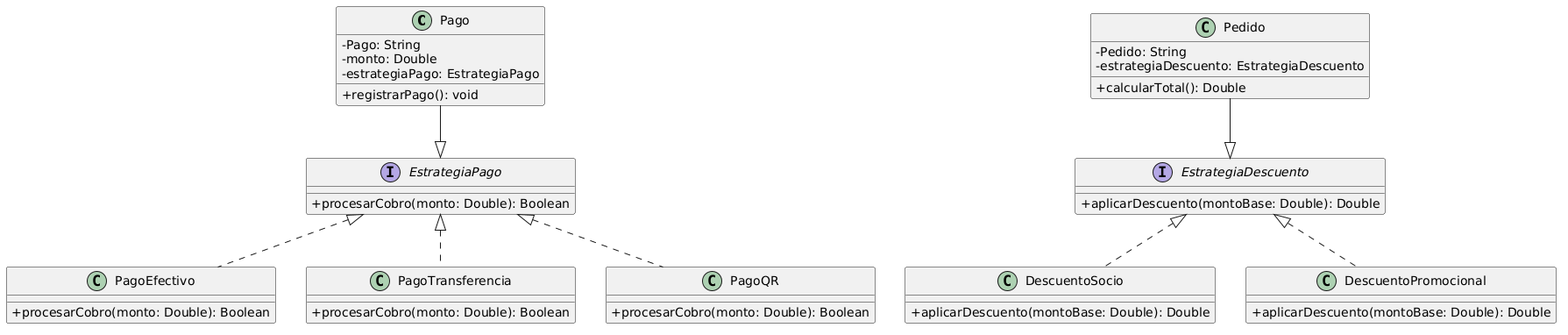
The PlantUML diagram diagramas/01-diagrama-clases/01-solid-02-ocp.png in eloeyhe/SistemaPedidos, before a commit. Its diagram source:
```plantuml
@startuml
skinparam classAttributeIconSize 0

class Pago {
    - Pago: String
    - monto: Double
    - estrategiaPago: EstrategiaPago
    + registrarPago(): void
}

interface EstrategiaPago {
    + procesarCobro(monto: Double): Boolean
}

class PagoEfectivo implements EstrategiaPago {
    + procesarCobro(monto: Double): Boolean
}

class PagoTransferencia implements EstrategiaPago {
    + procesarCobro(monto: Double): Boolean
}

class PagoQR implements EstrategiaPago {
    + procesarCobro(monto: Double): Boolean
}

Pago --|> EstrategiaPago

class Pedido {
    - Pedido: String
    - estrategiaDescuento: EstrategiaDescuento
    + calcularTotal(): Double
}

interface EstrategiaDescuento {
    + aplicarDescuento(montoBase: Double): Double
}

class DescuentoSocio implements EstrategiaDescuento {
    + aplicarDescuento(montoBase: Double): Double
}

class DescuentoPromocional implements EstrategiaDescuento {
    + aplicarDescuento(montoBase: Double): Double
}

Pedido --|> EstrategiaDescuento
@enduml
```
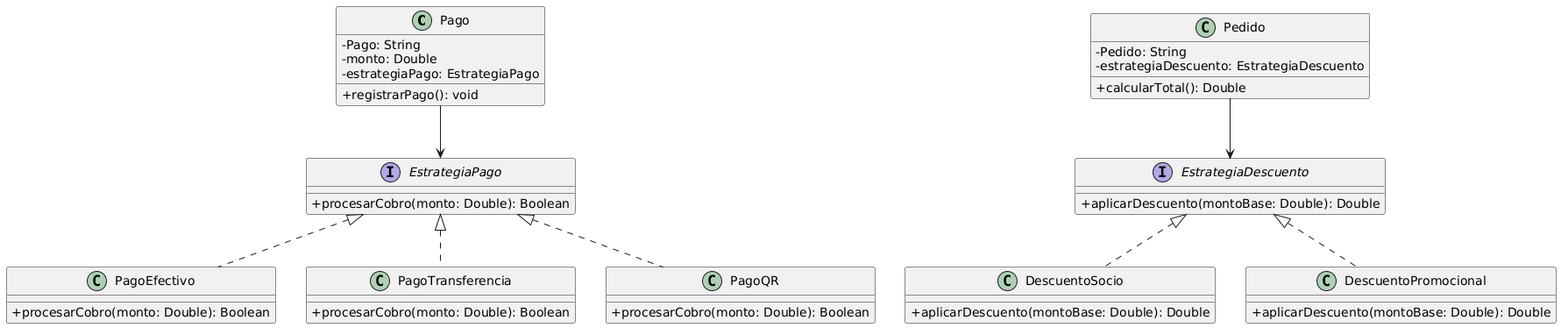
The same diagram one commit later.

Diff of the diagram source:
```diff
@@ -24,7 +24,7 @@
     + procesarCobro(monto: Double): Boolean
 }
 
-Pago --|> EstrategiaPago
+Pago --> EstrategiaPago
 
 class Pedido {
     - Pedido: String
@@ -44,5 +44,5 @@
     + aplicarDescuento(montoBase: Double): Double
 }
 
-Pedido --|> EstrategiaDescuento
+Pedido --> EstrategiaDescuento
 @enduml
```
